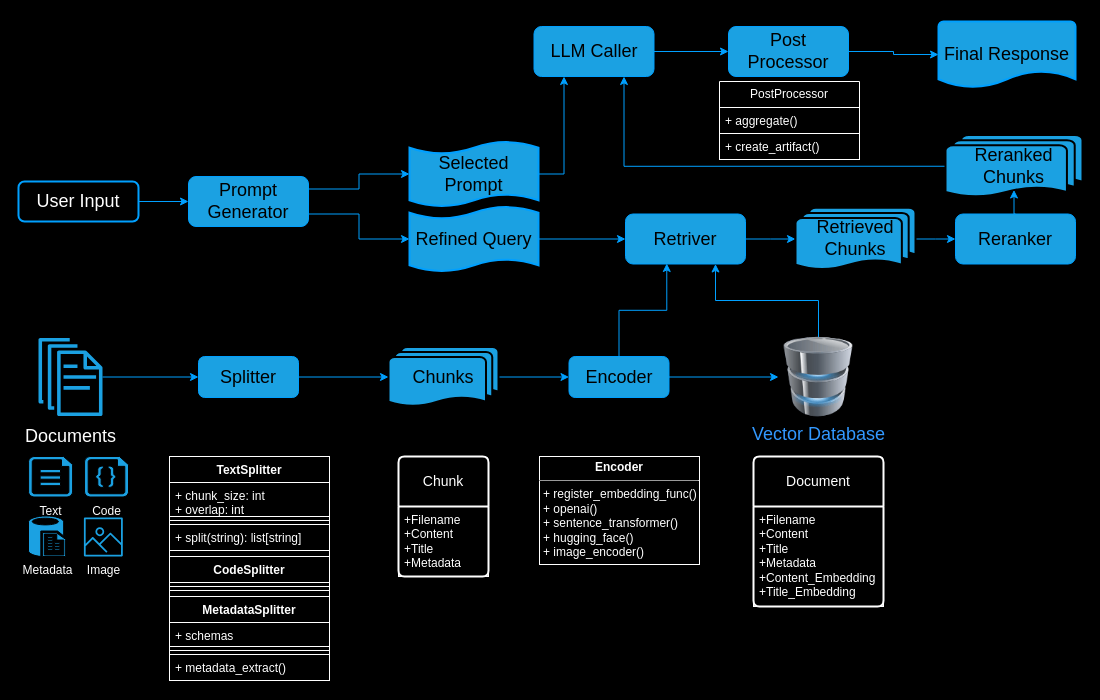
Earlier version of the draw.io diagram Tasks4AutoGen/autogen-rag.drawio (thinkall/autogen-demos). Source tidied: cells renumbered, new cells numbered last; positions are measured from the earlier drawing's top-left corner, leaving out a move shared by most shapes. Both pictures are drawn from the tidied source at 100%, with x=0, y=0 at pixel (18, 21).
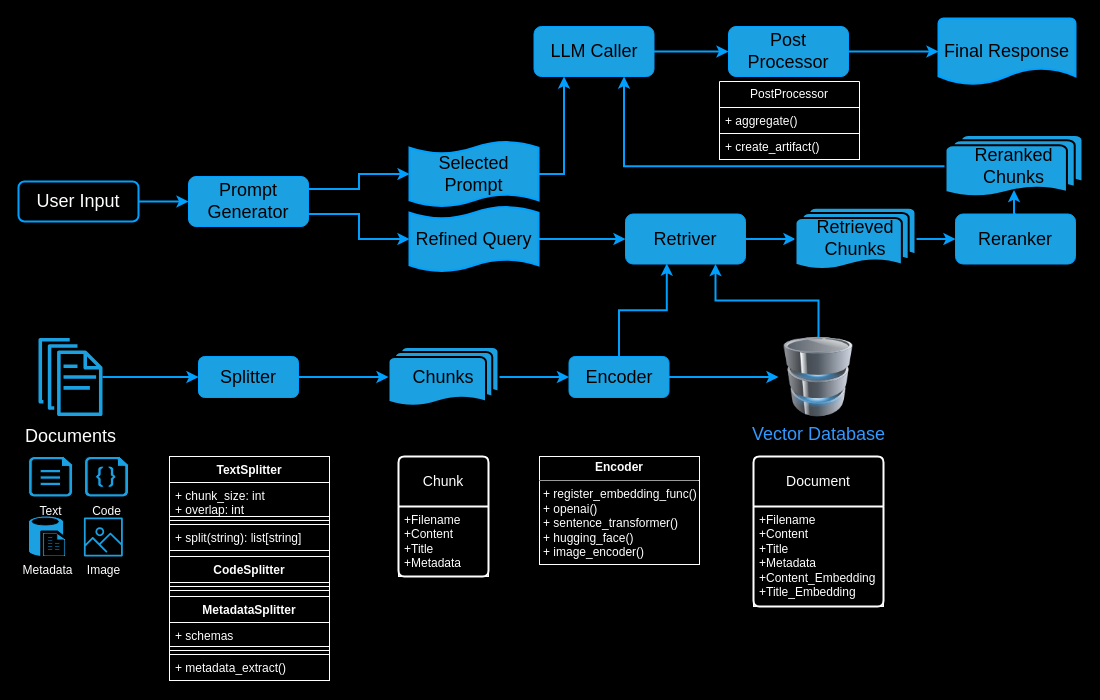
Above is the later version.

The change refers to these unchanged cells:
```xml
<mxCell id="3" value="Chunks" style="strokeWidth=2;html=1;shape=mxgraph.flowchart.multi-document;whiteSpace=wrap;fontSize=18;fillColor=#1ba1e2;strokeColor=#000000;fontColor=#000000;" parent="1" vertex="1">
  <mxGeometry x="370" y="325.5" width="110" height="60" as="geometry" />
</mxCell>
<mxCell id="5" value="Splitter" style="rounded=1;whiteSpace=wrap;html=1;fontSize=18;fillColor=#1ba1e2;strokeColor=#00A0FF;fontColor=#000000;" parent="1" vertex="1">
  <mxGeometry x="180" y="335" width="100" height="41" as="geometry" />
</mxCell>
<mxCell id="7" value="&lt;font style=&quot;font-size: 18px;&quot;&gt;Documents&lt;/font&gt;" style="sketch=0;outlineConnect=0;dashed=0;verticalLabelPosition=bottom;verticalAlign=top;align=center;html=1;fontSize=20;fontStyle=0;shape=mxgraph.aws4.documents;fillColor=#1ba1e2;strokeColor=#00A0FF;fontColor=#ffffff;" parent="1" vertex="1">
  <mxGeometry x="20" y="316.5" width="64" height="78" as="geometry" />
</mxCell>
<mxCell id="10" value="Encoder" style="rounded=1;whiteSpace=wrap;html=1;fontSize=18;fillColor=#1ba1e2;strokeColor=#00A0FF;fontColor=#000000;" parent="1" vertex="1">
  <mxGeometry x="550.5" y="335" width="100" height="41" as="geometry" />
</mxCell>
<mxCell id="13" value="&lt;font style=&quot;font-size: 18px;&quot;&gt;Vector Database&lt;/font&gt;" style="image;html=1;image=img/lib/clip_art/computers/Database_128x128.png;fillColor=#1ba1e2;strokeColor=#00A0FF;fontColor=#3399FF;labelBackgroundColor=none;" parent="1" vertex="1">
  <mxGeometry x="760" y="315.5" width="80" height="80" as="geometry" />
</mxCell>
<mxCell id="15" value="User Input" style="rounded=1;whiteSpace=wrap;html=1;fontSize=18;fillColor=none;strokeColor=#00A0FF;fontColor=#FFFFFF;strokeWidth=2;" parent="1" vertex="1">
  <mxGeometry y="160" width="120" height="40" as="geometry" />
</mxCell>
<mxCell id="16" value="Prompt Generator" style="rounded=1;whiteSpace=wrap;html=1;fontSize=18;fillColor=#1ba1e2;strokeColor=#00A0FF;fontColor=#000000;" parent="1" vertex="1">
  <mxGeometry x="170" y="155" width="120" height="50" as="geometry" />
</mxCell>
<mxCell id="19" value="Refined Query" style="shape=tape;whiteSpace=wrap;html=1;strokeWidth=2;size=0.19;fontSize=18;fillColor=#1ba1e2;strokeColor=#00A0FF;fontColor=#000000;" parent="1" vertex="1">
  <mxGeometry x="391" y="185" width="129" height="65" as="geometry" />
</mxCell>
<mxCell id="21" value="Selected Prompt" style="shape=tape;whiteSpace=wrap;html=1;strokeWidth=2;size=0.19;fontSize=18;fillColor=#1ba1e2;strokeColor=#00A0FF;fontColor=#000000;" parent="1" vertex="1">
  <mxGeometry x="391" y="120" width="129" height="65" as="geometry" />
</mxCell>
<mxCell id="23" value="Retriver" style="rounded=1;whiteSpace=wrap;html=1;fontSize=18;fillColor=#1ba1e2;strokeColor=#00A0FF;fontColor=#000000;" parent="1" vertex="1">
  <mxGeometry x="607" y="192.5" width="120" height="50" as="geometry" />
</mxCell>
<mxCell id="25" value="Retrieved&lt;br style=&quot;font-size: 18px;&quot;&gt;Chunks" style="strokeWidth=2;html=1;shape=mxgraph.flowchart.multi-document;whiteSpace=wrap;fontSize=18;fillColor=#1ba1e2;strokeColor=#000000;fontColor=#000000;" parent="1" vertex="1">
  <mxGeometry x="777" y="186.2" width="120" height="62.5" as="geometry" />
</mxCell>
<mxCell id="26" value="Reranker" style="rounded=1;whiteSpace=wrap;html=1;fontSize=18;fillColor=#1ba1e2;strokeColor=#00A0FF;fontColor=#000000;" parent="1" vertex="1">
  <mxGeometry x="937" y="192.5" width="120" height="50" as="geometry" />
</mxCell>
<mxCell id="28" value="Reranked&lt;br style=&quot;font-size: 18px;&quot;&gt;Chunks" style="strokeWidth=2;html=1;shape=mxgraph.flowchart.multi-document;whiteSpace=wrap;fontSize=18;fillColor=#1ba1e2;strokeColor=#000000;fontColor=#000000;" parent="1" vertex="1">
  <mxGeometry x="927" y="113.5" width="137" height="62.5" as="geometry" />
</mxCell>
<mxCell id="30" value="LLM Caller" style="rounded=1;whiteSpace=wrap;html=1;fontSize=18;fillColor=#1ba1e2;strokeColor=#00A0FF;fontColor=#000000;" parent="1" vertex="1">
  <mxGeometry x="515.5" y="5" width="120" height="50" as="geometry" />
</mxCell>
<mxCell id="37" value="Post Processor" style="rounded=1;whiteSpace=wrap;html=1;fontSize=18;fillColor=#1ba1e2;strokeColor=#00A0FF;fontColor=#000000;" parent="1" vertex="1">
  <mxGeometry x="710" y="5" width="120" height="50" as="geometry" />
</mxCell>
```

What changed in the source:
```diff
@@
-    <mxCell id="2" style="edgeStyle=orthogonalEdgeStyle;rounded=0;jettySize=auto;html=1;fontColor=#FFFFFF;fillColor=#1ba1e2;strokeColor=#00A0FF;" parent="1" edge="1" source="3" target="10">
+    <mxCell id="2" style="edgeStyle=orthogonalEdgeStyle;rounded=0;jettySize=auto;html=1;fontColor=#FFFFFF;fillColor=#1ba1e2;strokeColor=#00A0FF;strokeWidth=2;" parent="1" edge="1" source="3" target="10">
       <mxGeometry relative="1" as="geometry" />
     </mxCell>
@@
-    <mxCell id="4" style="edgeStyle=orthogonalEdgeStyle;rounded=0;jettySize=auto;html=1;fontColor=#FFFFFF;fillColor=#1ba1e2;strokeColor=#00A0FF;" parent="1" edge="1" source="5" target="3">
+    <mxCell id="4" style="edgeStyle=orthogonalEdgeStyle;rounded=0;jettySize=auto;html=1;fontColor=#FFFFFF;fillColor=#1ba1e2;strokeColor=#00A0FF;strokeWidth=2;" parent="1" edge="1" source="5" target="3">
       <mxGeometry relative="1" as="geometry" />
     </mxCell>
@@
-    <mxCell id="6" style="edgeStyle=orthogonalEdgeStyle;rounded=0;jettySize=auto;html=1;fontColor=#FFFFFF;fillColor=#1ba1e2;strokeColor=#00A0FF;" parent="1" edge="1" source="7" target="5">
+    <mxCell id="6" style="edgeStyle=orthogonalEdgeStyle;rounded=0;jettySize=auto;html=1;fontColor=#FFFFFF;fillColor=#1ba1e2;strokeColor=#00A0FF;strokeWidth=2;" parent="1" edge="1" source="7" target="5">
       <mxGeometry relative="1" as="geometry" />
     </mxCell>
@@
-    <mxCell id="8" style="edgeStyle=orthogonalEdgeStyle;rounded=0;jettySize=auto;html=1;fontColor=#FFFFFF;fillColor=#1ba1e2;strokeColor=#00A0FF;" parent="1" edge="1" source="10" target="13">
+    <mxCell id="8" style="edgeStyle=orthogonalEdgeStyle;rounded=0;jettySize=auto;html=1;fontColor=#FFFFFF;fillColor=#1ba1e2;strokeColor=#00A0FF;strokeWidth=2;" parent="1" edge="1" source="10" target="13">
       <mxGeometry relative="1" as="geometry" />
     </mxCell>
-    <mxCell id="9" style="edgeStyle=orthogonalEdgeStyle;rounded=0;jettySize=auto;html=1;entryX=0.344;entryY=0.99;entryDx=0;entryDy=0;entryPerimeter=0;fontColor=#FFFFFF;fillColor=#1ba1e2;strokeColor=#00A0FF;" parent="1" edge="1" source="10" target="23">
+    <mxCell id="9" style="edgeStyle=orthogonalEdgeStyle;rounded=0;jettySize=auto;html=1;entryX=0.344;entryY=0.99;entryDx=0;entryDy=0;entryPerimeter=0;fontColor=#FFFFFF;fillColor=#1ba1e2;strokeColor=#00A0FF;strokeWidth=2;" parent="1" edge="1" source="10" target="23">
       <mxGeometry relative="1" as="geometry" />
     </mxCell>
@@
-    <mxCell id="11" style="edgeStyle=orthogonalEdgeStyle;rounded=0;jettySize=auto;html=1;exitX=0.5;exitY=0;exitDx=0;exitDy=0;entryX=0.75;entryY=1;entryDx=0;entryDy=0;fontColor=#FFFFFF;fillColor=#1ba1e2;strokeColor=#00A0FF;" parent="1" edge="1" source="13" target="23">
+    <mxCell id="11" style="edgeStyle=orthogonalEdgeStyle;rounded=0;jettySize=auto;html=1;exitX=0.5;exitY=0;exitDx=0;exitDy=0;entryX=0.75;entryY=1;entryDx=0;entryDy=0;fontColor=#FFFFFF;fillColor=#1ba1e2;strokeColor=#00A0FF;strokeWidth=2;" parent="1" edge="1" source="13" target="23">
       <mxGeometry relative="1" as="geometry" />
     </mxCell>
@@
-    <mxCell id="14" style="edgeStyle=orthogonalEdgeStyle;rounded=0;jettySize=auto;html=1;fontColor=#FFFFFF;fillColor=#1ba1e2;strokeColor=#00A0FF;" parent="1" edge="1" source="15" target="16">
+    <mxCell id="14" style="edgeStyle=orthogonalEdgeStyle;rounded=0;jettySize=auto;html=1;fontColor=#FFFFFF;fillColor=#1ba1e2;strokeColor=#00A0FF;strokeWidth=2;" parent="1" edge="1" source="15" target="16">
       <mxGeometry relative="1" as="geometry" />
     </mxCell>
@@
-    <mxCell id="18" style="edgeStyle=orthogonalEdgeStyle;rounded=0;jettySize=auto;html=1;fontColor=#FFFFFF;fillColor=#1ba1e2;strokeColor=#00A0FF;" parent="1" edge="1" source="19" target="23">
+    <mxCell id="18" style="edgeStyle=orthogonalEdgeStyle;rounded=0;jettySize=auto;html=1;fontColor=#FFFFFF;fillColor=#1ba1e2;strokeColor=#00A0FF;strokeWidth=2;" parent="1" edge="1" source="19" target="23">
       <mxGeometry relative="1" as="geometry" />
     </mxCell>
@@
-    <mxCell id="20" style="edgeStyle=orthogonalEdgeStyle;rounded=0;jettySize=auto;html=1;exitX=1;exitY=0.5;exitDx=0;exitDy=0;exitPerimeter=0;entryX=0.25;entryY=1;entryDx=0;entryDy=0;fontColor=#FFFFFF;fillColor=#1ba1e2;strokeColor=#00A0FF;" parent="1" edge="1" source="21" target="30">
+    <mxCell id="20" style="edgeStyle=orthogonalEdgeStyle;rounded=0;jettySize=auto;html=1;exitX=1;exitY=0.5;exitDx=0;exitDy=0;exitPerimeter=0;entryX=0.25;entryY=1;entryDx=0;entryDy=0;fontColor=#FFFFFF;fillColor=#1ba1e2;strokeColor=#00A0FF;strokeWidth=2;" parent="1" edge="1" source="21" target="30">
       <mxGeometry relative="1" as="geometry" />
     </mxCell>
@@
-    <mxCell id="22" style="edgeStyle=orthogonalEdgeStyle;rounded=0;jettySize=auto;html=1;fontColor=#FFFFFF;fillColor=#1ba1e2;strokeColor=#00A0FF;" parent="1" edge="1" source="23" target="25">
+    <mxCell id="22" style="edgeStyle=orthogonalEdgeStyle;rounded=0;jettySize=auto;html=1;fontColor=#FFFFFF;fillColor=#1ba1e2;strokeColor=#00A0FF;strokeWidth=2;" parent="1" edge="1" source="23" target="25">
       <mxGeometry relative="1" as="geometry" />
     </mxCell>
@@
-    <mxCell id="24" style="edgeStyle=orthogonalEdgeStyle;rounded=0;jettySize=auto;html=1;fontColor=#FFFFFF;fillColor=#1ba1e2;strokeColor=#00A0FF;" parent="1" edge="1" source="25" target="26">
+    <mxCell id="24" style="edgeStyle=orthogonalEdgeStyle;rounded=0;jettySize=auto;html=1;fontColor=#FFFFFF;fillColor=#1ba1e2;strokeColor=#00A0FF;strokeWidth=2;" parent="1" edge="1" source="25" target="26">
       <mxGeometry relative="1" as="geometry" />
     </mxCell>
@@
-    <mxCell id="27" style="edgeStyle=orthogonalEdgeStyle;rounded=0;jettySize=auto;html=1;exitX=0;exitY=0.5;exitDx=0;exitDy=0;exitPerimeter=0;entryX=0.75;entryY=1;entryDx=0;entryDy=0;fontColor=#FFFFFF;fillColor=#1ba1e2;strokeColor=#00A0FF;" parent="1" edge="1" source="28" target="30">
+    <mxCell id="27" style="edgeStyle=orthogonalEdgeStyle;rounded=0;jettySize=auto;html=1;exitX=0;exitY=0.5;exitDx=0;exitDy=0;exitPerimeter=0;entryX=0.75;entryY=1;entryDx=0;entryDy=0;fontColor=#FFFFFF;fillColor=#1ba1e2;strokeColor=#00A0FF;strokeWidth=2;" parent="1" edge="1" source="28" target="30">
       <mxGeometry relative="1" as="geometry" />
     </mxCell>
@@
-    <mxCell id="29" style="edgeStyle=orthogonalEdgeStyle;rounded=0;jettySize=auto;html=1;fontColor=#FFFFFF;fillColor=#1ba1e2;strokeColor=#00A0FF;" parent="1" edge="1" source="30" target="37">
+    <mxCell id="29" style="edgeStyle=orthogonalEdgeStyle;rounded=0;jettySize=auto;html=1;fontColor=#FFFFFF;fillColor=#1ba1e2;strokeColor=#00A0FF;strokeWidth=2;" parent="1" edge="1" source="30" target="37">
       <mxGeometry relative="1" as="geometry" />
     </mxCell>
@@
-    <mxCell id="36" style="edgeStyle=orthogonalEdgeStyle;rounded=0;jettySize=auto;html=1;fontColor=#FFFFFF;fillColor=#1ba1e2;strokeColor=#00A0FF;" parent="1" edge="1" source="37" target="41">
+    <mxCell id="36" style="edgeStyle=orthogonalEdgeStyle;rounded=0;jettySize=auto;html=1;fontColor=#FFFFFF;fillColor=#1ba1e2;strokeColor=#00A0FF;strokeWidth=2;" parent="1" edge="1" source="37" target="41">
       <mxGeometry relative="1" as="geometry" />
     </mxCell>
@@
     <mxCell id="41" value="Final Response" style="strokeWidth=2;html=1;shape=mxgraph.flowchart.document2;whiteSpace=wrap;size=0.25;fontSize=18;fillColor=#1ba1e2;strokeColor=#00A0FF;fontColor=#000000;" parent="1" vertex="1">
-      <mxGeometry x="920" width="137" height="66" as="geometry" />
+      <mxGeometry x="920" y="-3" width="137" height="66" as="geometry" />
     </mxCell>
@@
-    <mxCell id="54" style="edgeStyle=orthogonalEdgeStyle;rounded=0;jettySize=auto;html=1;exitX=1;exitY=0.25;exitDx=0;exitDy=0;entryX=0;entryY=0.5;entryDx=0;entryDy=0;entryPerimeter=0;fontColor=#FFFFFF;fillColor=#1ba1e2;strokeColor=#00A0FF;" parent="1" edge="1" source="16" target="21">
+    <mxCell id="54" style="edgeStyle=orthogonalEdgeStyle;rounded=0;jettySize=auto;html=1;exitX=1;exitY=0.25;exitDx=0;exitDy=0;entryX=0;entryY=0.5;entryDx=0;entryDy=0;entryPerimeter=0;fontColor=#FFFFFF;fillColor=#1ba1e2;strokeColor=#00A0FF;strokeWidth=2;" parent="1" edge="1" source="16" target="21">
       <mxGeometry relative="1" as="geometry" />
     </mxCell>
-    <mxCell id="55" style="edgeStyle=orthogonalEdgeStyle;rounded=0;jettySize=auto;html=1;exitX=1;exitY=0.75;exitDx=0;exitDy=0;entryX=0;entryY=0.5;entryDx=0;entryDy=0;entryPerimeter=0;fontColor=#FFFFFF;fillColor=#1ba1e2;strokeColor=#00A0FF;" parent="1" edge="1" source="16" target="19">
+    <mxCell id="55" style="edgeStyle=orthogonalEdgeStyle;rounded=0;jettySize=auto;html=1;exitX=1;exitY=0.75;exitDx=0;exitDy=0;entryX=0;entryY=0.5;entryDx=0;entryDy=0;entryPerimeter=0;fontColor=#FFFFFF;fillColor=#1ba1e2;strokeColor=#00A0FF;strokeWidth=2;" parent="1" edge="1" source="16" target="19">
       <mxGeometry relative="1" as="geometry" />
     </mxCell>
-    <mxCell id="56" style="edgeStyle=orthogonalEdgeStyle;rounded=0;jettySize=auto;html=1;exitX=0.5;exitY=0;exitDx=0;exitDy=0;entryX=0.5;entryY=0.88;entryDx=0;entryDy=0;entryPerimeter=0;fontColor=#FFFFFF;fillColor=#1ba1e2;strokeColor=#00A0FF;" parent="1" edge="1" source="26" target="28">
+    <mxCell id="56" style="edgeStyle=orthogonalEdgeStyle;rounded=0;jettySize=auto;html=1;exitX=0.5;exitY=0;exitDx=0;exitDy=0;entryX=0.5;entryY=0.88;entryDx=0;entryDy=0;entryPerimeter=0;fontColor=#FFFFFF;fillColor=#1ba1e2;strokeColor=#00A0FF;strokeWidth=2;" parent="1" edge="1" source="26" target="28">
       <mxGeometry relative="1" as="geometry" />
     </mxCell>
```
